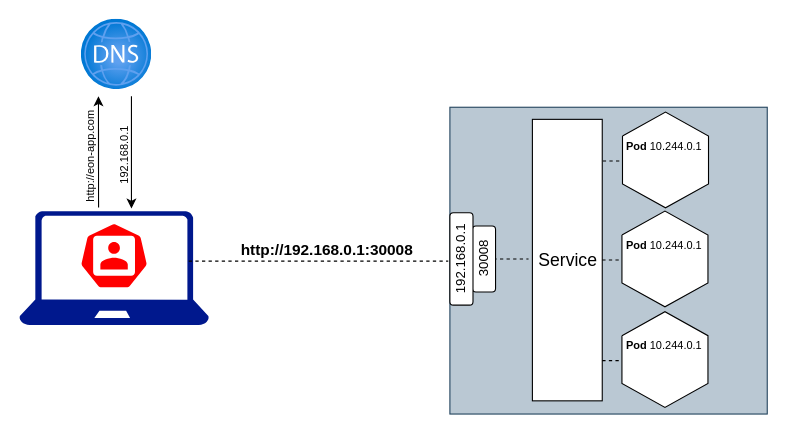
Earlier version of the draw.io diagram K8sLoadBalancerServiceEvolution2.drawio (ChristophKleinhans/Docusaurus-DrawIO). Source tidied: cells renumbered, new cells numbered last; positions are measured from the earlier drawing's top-left corner, leaving out a move shared by most shapes. Both pictures are drawn from the tidied source at 110%, with x=0, y=0 at pixel (19, 19).
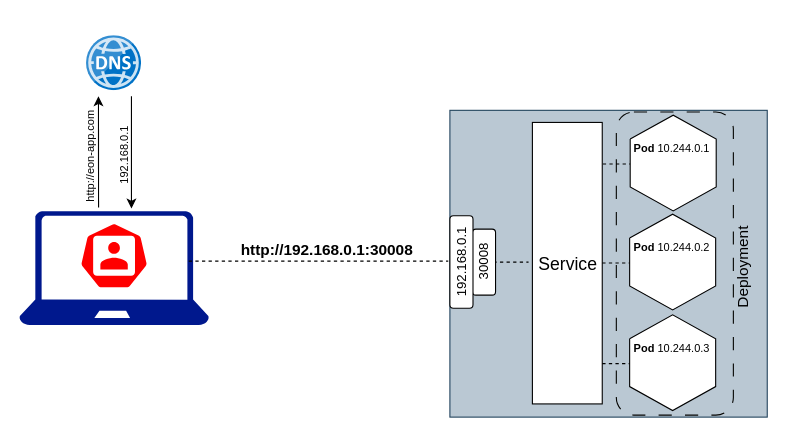
The same page after the edit.

What changed in the source:
```diff
@@
-    <mxCell id="4" style="rounded=0;whiteSpace=wrap;html=1;fillColor=#bac8d3;strokeColor=#23445d;" parent="1" vertex="1">
-      <mxGeometry x="391.5" y="80" width="288.5" height="278.9" as="geometry" />
-    </mxCell>
-    <mxCell id="5" style="endArrow=none;html=1;rounded=0;exitX=0.5;exitY=1;exitDx=0;exitDy=0;entryX=0;entryY=1;entryDx=0;entryDy=0;dashed=1;" parent="1" edge="1">
-      <mxGeometry relative="1" as="geometry">
-        <mxPoint x="530.5" y="128.8" as="sourcePoint" />
-        <mxPoint x="616" y="128.8" as="targetPoint" />
-      </mxGeometry>
-    </mxCell>
@@
-    <mxCell id="7" style="endArrow=none;dashed=1;html=1;rounded=0;" parent="1" edge="1">
-      <mxGeometry relative="1" as="geometry">
-        <mxPoint x="413" y="218" as="sourcePoint" />
-        <mxPoint x="463" y="218" as="targetPoint" />
-      </mxGeometry>
-    </mxCell>
@@
-    <mxCell id="9" value="30008" style="rounded=1;whiteSpace=wrap;html=1;rotation=-90;" parent="1" vertex="1">
-      <mxGeometry x="392.5" y="207.5" width="60" height="21" as="geometry" />
-    </mxCell>
-    <mxCell id="10" value="192.168.0.1" style="rounded=1;whiteSpace=wrap;html=1;rotation=-90;" parent="1" vertex="1">
-      <mxGeometry x="360" y="207.4" width="84" height="21" as="geometry" />
-    </mxCell>
-    <mxCell id="11" value="&lt;font style=&quot;font-size: 16px;&quot;&gt;Service&lt;/font&gt;" style="rounded=0;whiteSpace=wrap;html=1;" parent="1" vertex="1">
-      <mxGeometry x="466.5" y="91" width="63.5" height="255.9" as="geometry" />
-    </mxCell>
-    <mxCell id="12" style="verticalLabelPosition=bottom;verticalAlign=top;html=1;shape=mxgraph.basic.polygon;polyCoords=[[0,0.25],[0.5,0],[1,0.25],[1,0.75],[0.5,1],[0,0.75],[0,0.25]];polyline=1;fillColor=default;perimeter=rectanglePerimeter;" parent="1" vertex="1">
-      <mxGeometry x="548.4" y="84.4" width="78.2" height="87" as="geometry" />
-    </mxCell>
-    <mxCell id="13" value="&lt;font style=&quot;font-size: 10px;&quot;&gt;&lt;b style=&quot;border-color: var(--border-color); text-align: center;&quot;&gt;Pod&amp;nbsp;&lt;/b&gt;&lt;span style=&quot;border-color: var(--border-color); text-align: center;&quot;&gt;10.244.0.1&lt;/span&gt;&lt;/font&gt;" style="text;whiteSpace=wrap;html=1;rotation=0;" parent="1" vertex="1">
-      <mxGeometry x="550" y="100.6" width="71.1" height="28" as="geometry" />
-    </mxCell>
@@
-    <mxCell id="15" style="endArrow=none;html=1;rounded=0;exitX=0.5;exitY=1;exitDx=0;exitDy=0;entryX=0;entryY=1;entryDx=0;entryDy=0;dashed=1;" parent="1" edge="1">
-      <mxGeometry relative="1" as="geometry">
-        <mxPoint x="530" y="218.8" as="sourcePoint" />
-        <mxPoint x="615.5" y="218.8" as="targetPoint" />
-      </mxGeometry>
-    </mxCell>
-    <mxCell id="16" style="verticalLabelPosition=bottom;verticalAlign=top;html=1;shape=mxgraph.basic.polygon;polyCoords=[[0,0.25],[0.5,0],[1,0.25],[1,0.75],[0.5,1],[0,0.75],[0,0.25]];polyline=1;fillColor=default;perimeter=rectanglePerimeter;" parent="1" vertex="1">
-      <mxGeometry x="547.9" y="174.4" width="78.2" height="87" as="geometry" />
-    </mxCell>
-    <mxCell id="17" value="&lt;font style=&quot;font-size: 10px;&quot;&gt;&lt;b style=&quot;border-color: var(--border-color); text-align: center;&quot;&gt;Pod&amp;nbsp;&lt;/b&gt;&lt;span style=&quot;border-color: var(--border-color); text-align: center;&quot;&gt;10.244.0.1&lt;/span&gt;&lt;/font&gt;" style="text;whiteSpace=wrap;html=1;rotation=0;" parent="1" vertex="1">
-      <mxGeometry x="549.5" y="190.6" width="71.1" height="28" as="geometry" />
-    </mxCell>
-    <mxCell id="18" style="endArrow=none;html=1;rounded=0;exitX=0.5;exitY=1;exitDx=0;exitDy=0;entryX=0;entryY=1;entryDx=0;entryDy=0;dashed=1;" parent="1" edge="1">
-      <mxGeometry relative="1" as="geometry">
-        <mxPoint x="530" y="310.3" as="sourcePoint" />
-        <mxPoint x="615.5" y="310.3" as="targetPoint" />
-      </mxGeometry>
-    </mxCell>
-    <mxCell id="19" style="verticalLabelPosition=bottom;verticalAlign=top;html=1;shape=mxgraph.basic.polygon;polyCoords=[[0,0.25],[0.5,0],[1,0.25],[1,0.75],[0.5,1],[0,0.75],[0,0.25]];polyline=1;fillColor=default;perimeter=rectanglePerimeter;" parent="1" vertex="1">
-      <mxGeometry x="547.9" y="265.9" width="78.2" height="87" as="geometry" />
-    </mxCell>
-    <mxCell id="20" value="&lt;font style=&quot;font-size: 10px;&quot;&gt;&lt;b style=&quot;border-color: var(--border-color); text-align: center;&quot;&gt;Pod&amp;nbsp;&lt;/b&gt;&lt;span style=&quot;border-color: var(--border-color); text-align: center;&quot;&gt;10.244.0.1&lt;/span&gt;&lt;/font&gt;" style="text;whiteSpace=wrap;html=1;rotation=0;" parent="1" vertex="1">
-      <mxGeometry x="549.5" y="282.1" width="71.1" height="28" as="geometry" />
-    </mxCell>
-    <mxCell id="21" style="image;html=1;align=center;fontSize=12;image=img/lib/azure2/networking/DNS_Zones.svg;" parent="1" vertex="1">
-      <mxGeometry x="56.5" width="64" height="64" as="geometry" />
-    </mxCell>
@@
+    <mxCell id="26" style="image;sketch=0;html=1;align=center;fontSize=12;image=img/lib/mscae/DNS.svg;" parent="1" vertex="1">
+      <mxGeometry x="61.2" y="15" width="50" height="50" as="geometry" />
+    </mxCell>
+    <mxCell id="27" style="rounded=0;whiteSpace=wrap;html=1;fillColor=#bac8d3;strokeColor=#23445d;" parent="1" vertex="1">
+      <mxGeometry x="391.5" y="82.8" width="288.5" height="278.9" as="geometry" />
+    </mxCell>
+    <mxCell id="28" style="endArrow=none;html=1;rounded=0;exitX=0.5;exitY=1;exitDx=0;exitDy=0;entryX=0;entryY=1;entryDx=0;entryDy=0;dashed=1;" parent="1" edge="1">
+      <mxGeometry relative="1" as="geometry">
+        <mxPoint x="530.5" y="131.6" as="sourcePoint" />
+        <mxPoint x="616" y="131.6" as="targetPoint" />
+      </mxGeometry>
+    </mxCell>
+    <mxCell id="29" style="endArrow=none;dashed=1;html=1;rounded=0;" parent="1" edge="1">
+      <mxGeometry relative="1" as="geometry">
+        <mxPoint x="413" y="220.8" as="sourcePoint" />
+        <mxPoint x="463" y="220.8" as="targetPoint" />
+      </mxGeometry>
+    </mxCell>
+    <mxCell id="9" value="30008" style="rounded=1;whiteSpace=wrap;html=1;rotation=-90;" parent="1" vertex="1">
+      <mxGeometry x="392.5" y="210.3" width="60" height="21" as="geometry" />
+    </mxCell>
+    <mxCell id="10" value="192.168.0.1" style="rounded=1;whiteSpace=wrap;html=1;rotation=-90;" parent="1" vertex="1">
+      <mxGeometry x="360" y="210.2" width="84" height="21" as="geometry" />
+    </mxCell>
+    <mxCell id="11" value="&lt;font style=&quot;font-size: 16px;&quot;&gt;Service&lt;/font&gt;" style="rounded=0;whiteSpace=wrap;html=1;" parent="1" vertex="1">
+      <mxGeometry x="466.5" y="93.8" width="63.5" height="255.9" as="geometry" />
+    </mxCell>
+    <mxCell id="30" style="verticalLabelPosition=bottom;verticalAlign=top;html=1;shape=mxgraph.basic.polygon;polyCoords=[[0,0.25],[0.5,0],[1,0.25],[1,0.75],[0.5,1],[0,0.75],[0,0.25]];polyline=1;fillColor=default;perimeter=rectanglePerimeter;" parent="1" vertex="1">
+      <mxGeometry x="555.4" y="87.2" width="78.2" height="87" as="geometry" />
+    </mxCell>
+    <mxCell id="31" value="&lt;font style=&quot;font-size: 10px;&quot;&gt;&lt;b style=&quot;border-color: var(--border-color); text-align: center;&quot;&gt;Pod&amp;nbsp;&lt;/b&gt;&lt;span style=&quot;border-color: var(--border-color); text-align: center;&quot;&gt;10.244.0.1&lt;/span&gt;&lt;/font&gt;" style="text;whiteSpace=wrap;html=1;rotation=0;" parent="1" vertex="1">
+      <mxGeometry x="557" y="103.4" width="71.1" height="28" as="geometry" />
+    </mxCell>
+    <mxCell id="32" style="endArrow=none;html=1;rounded=0;exitX=0.5;exitY=1;exitDx=0;exitDy=0;entryX=0;entryY=1;entryDx=0;entryDy=0;dashed=1;" parent="1" edge="1">
+      <mxGeometry relative="1" as="geometry">
+        <mxPoint x="530" y="221.6" as="sourcePoint" />
+        <mxPoint x="615.5" y="221.6" as="targetPoint" />
+      </mxGeometry>
+    </mxCell>
+    <mxCell id="33" style="verticalLabelPosition=bottom;verticalAlign=top;html=1;shape=mxgraph.basic.polygon;polyCoords=[[0,0.25],[0.5,0],[1,0.25],[1,0.75],[0.5,1],[0,0.75],[0,0.25]];polyline=1;fillColor=default;perimeter=rectanglePerimeter;" parent="1" vertex="1">
+      <mxGeometry x="554.9" y="177.2" width="78.2" height="87" as="geometry" />
+    </mxCell>
+    <mxCell id="34" value="&lt;font style=&quot;font-size: 10px;&quot;&gt;&lt;b style=&quot;border-color: var(--border-color); text-align: center;&quot;&gt;Pod&amp;nbsp;&lt;/b&gt;&lt;span style=&quot;border-color: var(--border-color); text-align: center;&quot;&gt;10.244.0.2&lt;/span&gt;&lt;/font&gt;" style="text;whiteSpace=wrap;html=1;rotation=0;" parent="1" vertex="1">
+      <mxGeometry x="556.5" y="193.4" width="71.1" height="28" as="geometry" />
+    </mxCell>
+    <mxCell id="35" style="endArrow=none;html=1;rounded=0;exitX=0.5;exitY=1;exitDx=0;exitDy=0;entryX=0;entryY=1;entryDx=0;entryDy=0;dashed=1;" parent="1" edge="1">
+      <mxGeometry relative="1" as="geometry">
+        <mxPoint x="530" y="313.1" as="sourcePoint" />
+        <mxPoint x="615.5" y="313.1" as="targetPoint" />
+      </mxGeometry>
+    </mxCell>
+    <mxCell id="36" style="verticalLabelPosition=bottom;verticalAlign=top;html=1;shape=mxgraph.basic.polygon;polyCoords=[[0,0.25],[0.5,0],[1,0.25],[1,0.75],[0.5,1],[0,0.75],[0,0.25]];polyline=1;fillColor=default;perimeter=rectanglePerimeter;" parent="1" vertex="1">
+      <mxGeometry x="554.9" y="268.7" width="78.2" height="87" as="geometry" />
+    </mxCell>
+    <mxCell id="37" value="&lt;font style=&quot;font-size: 10px;&quot;&gt;&lt;b style=&quot;border-color: var(--border-color); text-align: center;&quot;&gt;Pod&amp;nbsp;&lt;/b&gt;&lt;span style=&quot;border-color: var(--border-color); text-align: center;&quot;&gt;10.244.0.3&lt;/span&gt;&lt;/font&gt;" style="text;whiteSpace=wrap;html=1;rotation=0;" parent="1" vertex="1">
+      <mxGeometry x="556.5" y="284.9" width="71.1" height="28" as="geometry" />
+    </mxCell>
+    <mxCell id="38" style="rounded=1;whiteSpace=wrap;html=1;fillColor=none;strokeColor=#050502;dashed=1;dashPattern=12 12;" parent="1" vertex="1">
+      <mxGeometry x="542.8" y="84.3" width="106.4" height="275.6" as="geometry" />
+    </mxCell>
+    <mxCell id="39" value="&lt;font style=&quot;font-size: 14px;&quot;&gt;Deployment&lt;/font&gt;" style="text;html=1;strokeColor=none;fillColor=none;align=center;verticalAlign=middle;whiteSpace=wrap;rounded=0;rotation=-90;" parent="1" vertex="1">
+      <mxGeometry x="628.1" y="210.3" width="60" height="30" as="geometry" />
+    </mxCell>
```
